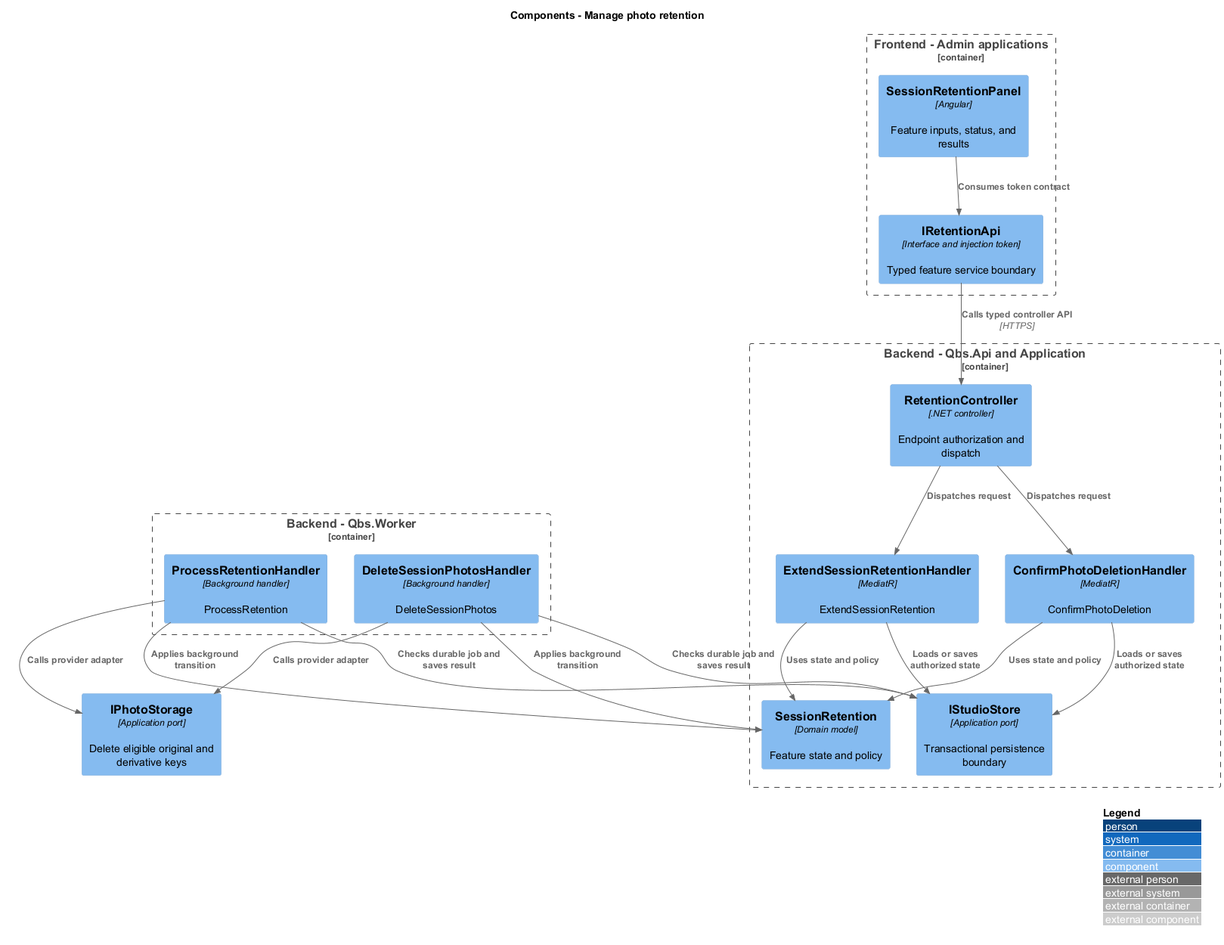
Above: docs/detailed-designs/session-photos/manage-photo-retention/diagrams/c4-component.png in QuinntyneBrown/quinntyne-brown-studio (PlantUML), before the change.
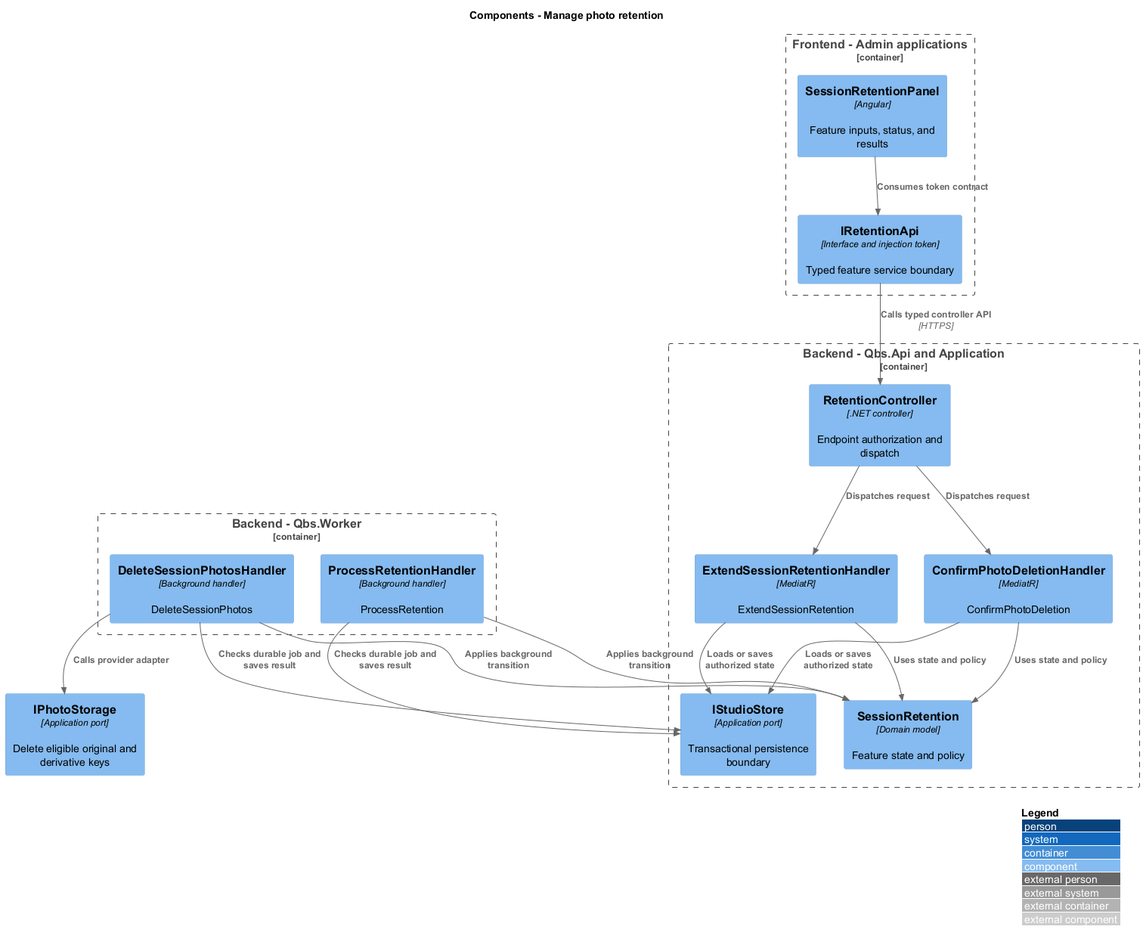
After the change.

The edit, as a diff of the source:
```diff
@@ -30,6 +30,5 @@
 Rel(job1, entity, "Applies background transition")
 Rel(job1, store, "Checks durable job and saves result")
 Component(ext, "IPhotoStorage", "Application port", "Delete eligible original and derivative keys")
-Rel(job0, ext, "Calls provider adapter")
 Rel(job1, ext, "Calls provider adapter")
 @enduml
```
